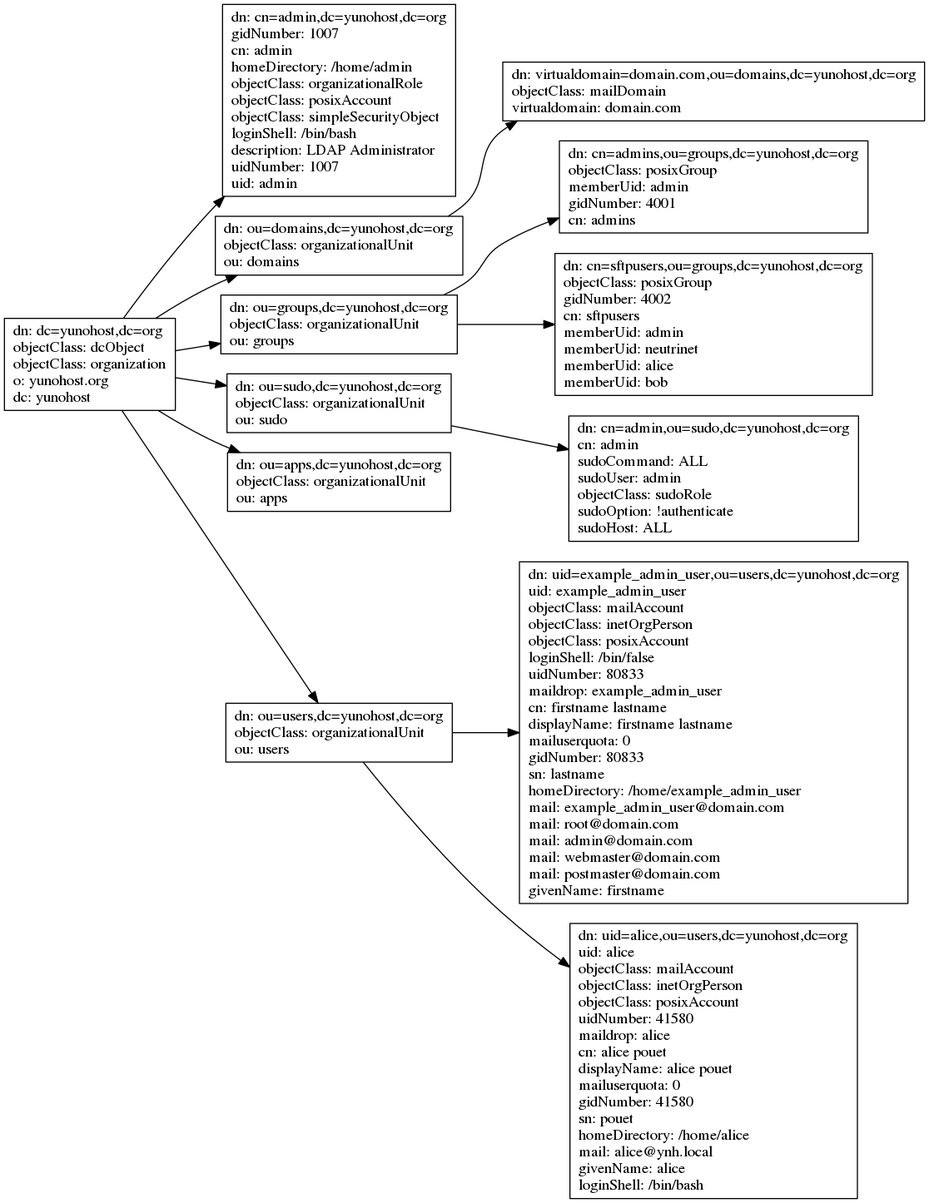
The Graphviz diagram doc/ldap_graph.png in YunoHost/moulinette, before a commit. Its source is kept beside it as doc/ldap_graph.dot.
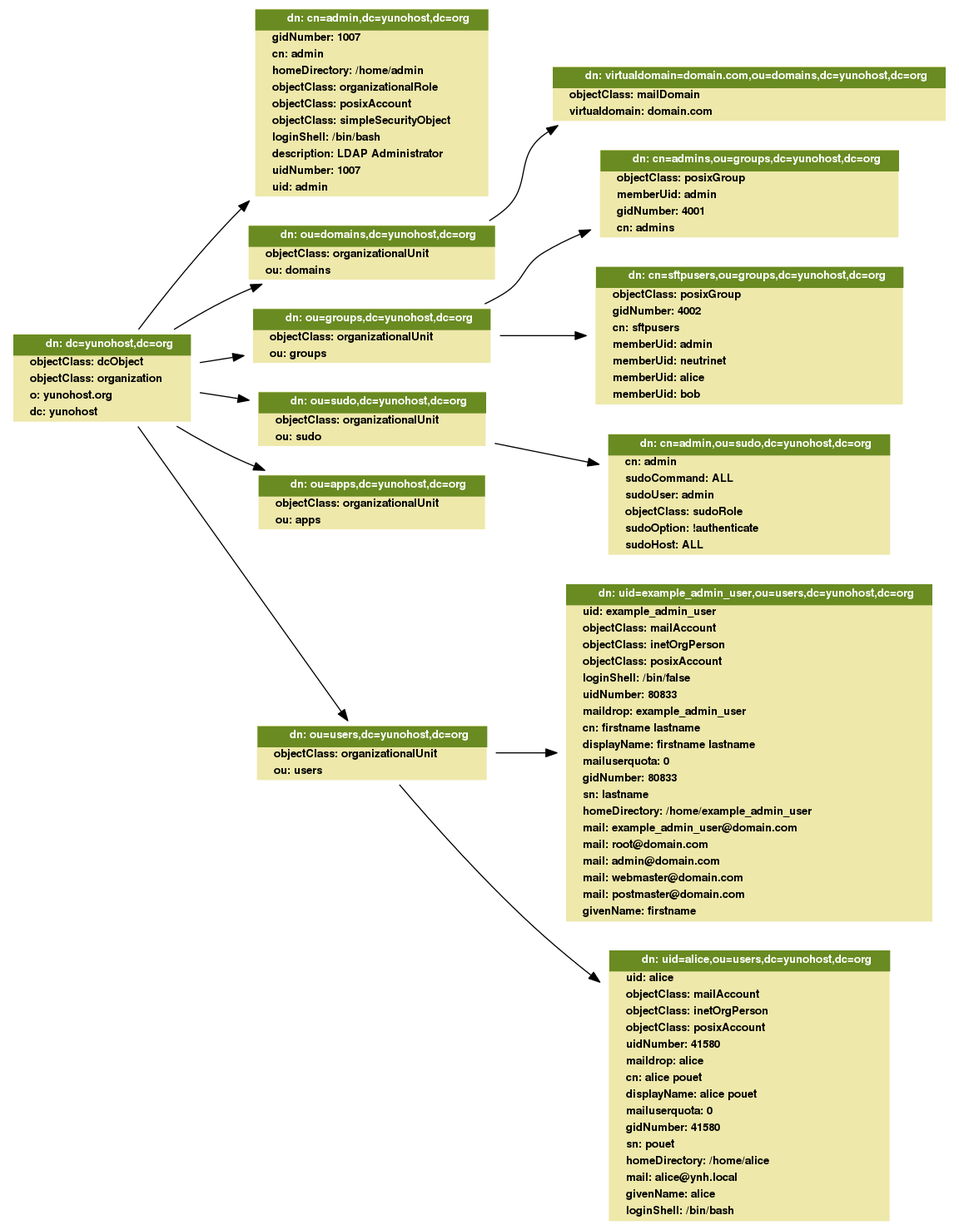
Later version of the same file.

What changed in the source:
```diff
@@ -1,29 +1,405 @@
-
 strict digraph "<stdin>" {
   rankdir=LR
-  n0 [shape=box,label="dn: dc=yunohost,dc=org\lobjectClass: dcObject\lobjectClass: organization\lo: yunohost.org\ldc: yunohost\l"]
-  n1 [shape=box,label="dn: cn=admin,dc=yunohost,dc=org\lgidNumber: 1007\lcn: admin\lhomeDirectory: /home/admin\lobjectClass: organizationalRole\lobjectClass: posixAccount\lobjectClass: simpleSecurityObject\lloginShell: /bin/bash\ldescription: LDAP Administrator\luidNumber: 1007\luid: admin\l"]
+
+  fontname = "Helvetica"
+  fontsize = 10
+  splines  = true
+
+  node [
+    fontname = "Helvetica"
+    fontsize = 10
+    shape = "plaintext"
+  ]
+
+  edge [
+    fontname = "Helvetica"
+    fontsize = 10
+  ]
+
+
+
+  n0 [label=<
+    <TABLE BGCOLOR="palegoldenrod" BORDER="0" CELLBORDER="0" CELLSPACING="0">
+        <TR><TD CELLPADDING="4" ALIGN="CENTER" BGCOLOR="olivedrab4">
+    <FONT FACE="Helvetica Bold" COLOR="white">
+    dn: dc=yunohost,dc=org
+    </FONT></TD></TR>
+        <TR><TD BORDER="0" ALIGN="LEFT">
+    <FONT FACE="Helvetica Bold">objectClass: dcObject</FONT>
+    </TD></TR>
+        <TR><TD BORDER="0" ALIGN="LEFT">
+    <FONT FACE="Helvetica Bold">objectClass: organization</FONT>
+    </TD></TR>
+        <TR><TD BORDER="0" ALIGN="LEFT">
+    <FONT FACE="Helvetica Bold">o: yunohost.org</FONT>
+    </TD></TR>
+        <TR><TD BORDER="0" ALIGN="LEFT">
+    <FONT FACE="Helvetica Bold">dc: yunohost</FONT>
+    </TD></TR>
+    </TABLE>
+  >]
+
+
+
+  n1 [label=<
+    <TABLE BGCOLOR="palegoldenrod" BORDER="0" CELLBORDER="0" CELLSPACING="0">
+        <TR><TD CELLPADDING="4" ALIGN="CENTER" BGCOLOR="olivedrab4">
+    <FONT FACE="Helvetica Bold" COLOR="white">
+    dn: cn=admin,dc=yunohost,dc=org
+    </FONT></TD></TR>
+        <TR><TD BORDER="0" ALIGN="LEFT">
+    <FONT FACE="Helvetica Bold">gidNumber: 1007</FONT>
+    </TD></TR>
+        <TR><TD BORDER="0" ALIGN="LEFT">
+    <FONT FACE="Helvetica Bold">cn: admin</FONT>
+    </TD></TR>
+        <TR><TD BORDER="0" ALIGN="LEFT">
+    <FONT FACE="Helvetica Bold">homeDirectory: /home/admin</FONT>
+    </TD></TR>
+        <TR><TD BORDER="0" ALIGN="LEFT">
+    <FONT FACE="Helvetica Bold">objectClass: organizationalRole</FONT>
+    </TD></TR>
+        <TR><TD BORDER="0" ALIGN="LEFT">
+    <FONT FACE="Helvetica Bold">objectClass: posixAccount</FONT>
+    </TD></TR>
+        <TR><TD BORDER="0" ALIGN="LEFT">
+    <FONT FACE="Helvetica Bold">objectClass: simpleSecurityObject</FONT>
+    </TD></TR>
+        <TR><TD BORDER="0" ALIGN="LEFT">
+    <FONT FACE="Helvetica Bold">loginShell: /bin/bash</FONT>
+    </TD></TR>
+        <TR><TD BORDER="0" ALIGN="LEFT">
+    <FONT FACE="Helvetica Bold">description: LDAP Administrator</FONT>
+    </TD></TR>
+        <TR><TD BORDER="0" ALIGN="LEFT">
+    <FONT FACE="Helvetica Bold">uidNumber: 1007</FONT>
+    </TD></TR>
+        <TR><TD BORDER="0" ALIGN="LEFT">
+    <FONT FACE="Helvetica Bold">uid: admin</FONT>
+    </TD></TR>
+    </TABLE>
+  >]
   n0->n1
-  n2 [shape=box,label="dn: ou=domains,dc=yunohost,dc=org\lobjectClass: organizationalUnit\lou: domains\l"]
+
+
+
+  n2 [label=<
+    <TABLE BGCOLOR="palegoldenrod" BORDER="0" CELLBORDER="0" CELLSPACING="0">
+        <TR><TD CELLPADDING="4" ALIGN="CENTER" BGCOLOR="olivedrab4">
+    <FONT FACE="Helvetica Bold" COLOR="white">
+    dn: ou=domains,dc=yunohost,dc=org
+    </FONT></TD></TR>
+        <TR><TD BORDER="0" ALIGN="LEFT">
+    <FONT FACE="Helvetica Bold">objectClass: organizationalUnit</FONT>
+    </TD></TR>
+        <TR><TD BORDER="0" ALIGN="LEFT">
+    <FONT FACE="Helvetica Bold">ou: domains</FONT>
+    </TD></TR>
+    </TABLE>
+  >]
   n0->n2
-  n3 [shape=box,label="dn: ou=groups,dc=yunohost,dc=org\lobjectClass: organizationalUnit\lou: groups\l"]
+
+
+
+  n3 [label=<
+    <TABLE BGCOLOR="palegoldenrod" BORDER="0" CELLBORDER="0" CELLSPACING="0">
+        <TR><TD CELLPADDING="4" ALIGN="CENTER" BGCOLOR="olivedrab4">
+    <FONT FACE="Helvetica Bold" COLOR="white">
+    dn: ou=groups,dc=yunohost,dc=org
+    </FONT></TD></TR>
+        <TR><TD BORDER="0" ALIGN="LEFT">
+    <FONT FACE="Helvetica Bold">objectClass: organizationalUnit</FONT>
+    </TD></TR>
+        <TR><TD BORDER="0" ALIGN="LEFT">
+    <FONT FACE="Helvetica Bold">ou: groups</FONT>
+    </TD></TR>
+    </TABLE>
+  >]
   n0->n3
-  n4 [shape=box,label="dn: ou=sudo,dc=yunohost,dc=org\lobjectClass: organizationalUnit\lou: sudo\l"]
+
+
+
+  n4 [label=<
+    <TABLE BGCOLOR="palegoldenrod" BORDER="0" CELLBORDER="0" CELLSPACING="0">
+        <TR><TD CELLPADDING="4" ALIGN="CENTER" BGCOLOR="olivedrab4">
+    <FONT FACE="Helvetica Bold" COLOR="white">
+    dn: ou=sudo,dc=yunohost,dc=org
+    </FONT></TD></TR>
+        <TR><TD BORDER="0" ALIGN="LEFT">
+    <FONT FACE="Helvetica Bold">objectClass: organizationalUnit</FONT>
+    </TD></TR>
+        <TR><TD BORDER="0" ALIGN="LEFT">
+    <FONT FACE="Helvetica Bold">ou: sudo</FONT>
+    </TD></TR>
+    </TABLE>
+  >]
   n0->n4
-  n5 [shape=box,label="dn: ou=apps,dc=yunohost,dc=org\lobjectClass: organizationalUnit\lou: apps\l"]
+
+
+
+  n5 [label=<
+    <TABLE BGCOLOR="palegoldenrod" BORDER="0" CELLBORDER="0" CELLSPACING="0">
+        <TR><TD CELLPADDING="4" ALIGN="CENTER" BGCOLOR="olivedrab4">
+    <FONT FACE="Helvetica Bold" COLOR="white">
+    dn: ou=apps,dc=yunohost,dc=org
+    </FONT></TD></TR>
+        <TR><TD BORDER="0" ALIGN="LEFT">
+    <FONT FACE="Helvetica Bold">objectClass: organizationalUnit</FONT>
+    </TD></TR>
+        <TR><TD BORDER="0" ALIGN="LEFT">
+    <FONT FACE="Helvetica Bold">ou: apps</FONT>
+    </TD></TR>
+    </TABLE>
+  >]
   n0->n5
-  n6 [shape=box,label="dn: ou=users,dc=yunohost,dc=org\lobjectClass: organizationalUnit\lou: users\l"]
+
+
+
+  n6 [label=<
+    <TABLE BGCOLOR="palegoldenrod" BORDER="0" CELLBORDER="0" CELLSPACING="0">
+        <TR><TD CELLPADDING="4" ALIGN="CENTER" BGCOLOR="olivedrab4">
+    <FONT FACE="Helvetica Bold" COLOR="white">
+    dn: ou=users,dc=yunohost,dc=org
+    </FONT></TD></TR>
+        <TR><TD BORDER="0" ALIGN="LEFT">
+    <FONT FACE="Helvetica Bold">objectClass: organizationalUnit</FONT>
+    </TD></TR>
+        <TR><TD BORDER="0" ALIGN="LEFT">
+    <FONT FACE="Helvetica Bold">ou: users</FONT>
+    </TD></TR>
+    </TABLE>
+  >]
   n0->n6
-  n7 [shape=box,label="dn: cn=admins,ou=groups,dc=yunohost,dc=org\lobjectClass: posixGroup\lmemberUid: admin\lgidNumber: 4001\lcn: admins\l"]
+
+
+
+  n7 [label=<
+    <TABLE BGCOLOR="palegoldenrod" BORDER="0" CELLBORDER="0" CELLSPACING="0">
+        <TR><TD CELLPADDING="4" ALIGN="CENTER" BGCOLOR="olivedrab4">
+    <FONT FACE="Helvetica Bold" COLOR="white">
+    dn: cn=admins,ou=groups,dc=yunohost,dc=org
+    </FONT></TD></TR>
+        <TR><TD BORDER="0" ALIGN="LEFT">
+    <FONT FACE="Helvetica Bold">objectClass: posixGroup</FONT>
+    </TD></TR>
+        <TR><TD BORDER="0" ALIGN="LEFT">
+    <FONT FACE="Helvetica Bold">memberUid: admin</FONT>
+    </TD></TR>
+        <TR><TD BORDER="0" ALIGN="LEFT">
+    <FONT FACE="Helvetica Bold">gidNumber: 4001</FONT>
+    </TD></TR>
+        <TR><TD BORDER="0" ALIGN="LEFT">
+    <FONT FACE="Helvetica Bold">cn: admins</FONT>
+    </TD></TR>
+    </TABLE>
+  >]
   n3->n7
-  n8 [shape=box,label="dn: cn=sftpusers,ou=groups,dc=yunohost,dc=org\lobjectClass: posixGroup\lgidNumber: 4002\lcn: sftpusers\lmemberUid: admin\lmemberUid: neutrinet\lmemberUid: alice\lmemberUid: bob\l"]
+
+
+
+  n8 [label=<
+    <TABLE BGCOLOR="palegoldenrod" BORDER="0" CELLBORDER="0" CELLSPACING="0">
+        <TR><TD CELLPADDING="4" ALIGN="CENTER" BGCOLOR="olivedrab4">
+    <FONT FACE="Helvetica Bold" COLOR="white">
+    dn: cn=sftpusers,ou=groups,dc=yunohost,dc=org
+    </FONT></TD></TR>
+        <TR><TD BORDER="0" ALIGN="LEFT">
+    <FONT FACE="Helvetica Bold">objectClass: posixGroup</FONT>
+    </TD></TR>
+        <TR><TD BORDER="0" ALIGN="LEFT">
+    <FONT FACE="Helvetica Bold">gidNumber: 4002</FONT>
+    </TD></TR>
+        <TR><TD BORDER="0" ALIGN="LEFT">
+    <FONT FACE="Helvetica Bold">cn: sftpusers</FONT>
+    </TD></TR>
+        <TR><TD BORDER="0" ALIGN="LEFT">
+    <FONT FACE="Helvetica Bold">memberUid: admin</FONT>
+    </TD></TR>
+        <TR><TD BORDER="0" ALIGN="LEFT">
+    <FONT FACE="Helvetica Bold">memberUid: neutrinet</FONT>
+    </TD></TR>
+        <TR><TD BORDER="0" ALIGN="LEFT">
+    <FONT FACE="Helvetica Bold">memberUid: alice</FONT>
+    </TD></TR>
+        <TR><TD BORDER="0" ALIGN="LEFT">
+    <FONT FACE="Helvetica Bold">memberUid: bob</FONT>
+    </TD></TR>
+    </TABLE>
+  >]
   n3->n8
-  n9 [shape=box,label="dn: cn=admin,ou=sudo,dc=yunohost,dc=org\lcn: admin\lsudoCommand: ALL\lsudoUser: admin\lobjectClass: sudoRole\lsudoOption: !authenticate\lsudoHost: ALL\l"]
+
+
+
+  n9 [label=<
+    <TABLE BGCOLOR="palegoldenrod" BORDER="0" CELLBORDER="0" CELLSPACING="0">
+        <TR><TD CELLPADDING="4" ALIGN="CENTER" BGCOLOR="olivedrab4">
+    <FONT FACE="Helvetica Bold" COLOR="white">
+    dn: cn=admin,ou=sudo,dc=yunohost,dc=org
+    </FONT></TD></TR>
+        <TR><TD BORDER="0" ALIGN="LEFT">
+    <FONT FACE="Helvetica Bold">cn: admin</FONT>
+    </TD></TR>
+        <TR><TD BORDER="0" ALIGN="LEFT">
+    <FONT FACE="Helvetica Bold">sudoCommand: ALL</FONT>
+    </TD></TR>
+        <TR><TD BORDER="0" ALIGN="LEFT">
+    <FONT FACE="Helvetica Bold">sudoUser: admin</FONT>
+    </TD></TR>
+        <TR><TD BORDER="0" ALIGN="LEFT">
+    <FONT FACE="Helvetica Bold">objectClass: sudoRole</FONT>
+    </TD></TR>
+        <TR><TD BORDER="0" ALIGN="LEFT">
+    <FONT FACE="Helvetica Bold">sudoOption: !authenticate</FONT>
+    </TD></TR>
+        <TR><TD BORDER="0" ALIGN="LEFT">
+    <FONT FACE="Helvetica Bold">sudoHost: ALL</FONT>
+    </TD></TR>
+    </TABLE>
+  >]
   n4->n9
-  n10 [shape=box,label="dn: virtualdomain=domain.com,ou=domains,dc=yunohost,dc=org\lobjectClass: mailDomain\lvirtualdomain: domain.com\l"]
+
+
+
+  n10 [label=<
+    <TABLE BGCOLOR="palegoldenrod" BORDER="0" CELLBORDER="0" CELLSPACING="0">
+        <TR><TD CELLPADDING="4" ALIGN="CENTER" BGCOLOR="olivedrab4">
+    <FONT FACE="Helvetica Bold" COLOR="white">
+    dn: virtualdomain=domain.com,ou=domains,dc=yunohost,dc=org
+    </FONT></TD></TR>
+        <TR><TD BORDER="0" ALIGN="LEFT">
+    <FONT FACE="Helvetica Bold">objectClass: mailDomain</FONT>
+    </TD></TR>
+        <TR><TD BORDER="0" ALIGN="LEFT">
+    <FONT FACE="Helvetica Bold">virtualdomain: domain.com</FONT>
+    </TD></TR>
+    </TABLE>
+  >]
   n2->n10
-  n11 [shape=box,label="dn: uid=example_admin_user,ou=users,dc=yunohost,dc=org\luid: example_admin_user\lobjectClass: mailAccount\lobjectClass: inetOrgPerson\lobjectClass: posixAccount\lloginShell: /bin/false\luidNumber: 80833\lmaildrop: example_admin_user\lcn: firstname lastname\ldisplayName: firstname lastname\lmailuserquota: 0\lgidNumber: 80833\lsn: lastname\lhomeDirectory: /home/example_admin_user\lmail: example_admin_user@domain.com\lmail: root@domain.com\lmail: admin@domain.com\lmail: webmaster@domain.com\lmail: postmaster@domain.com\lgivenName: firstname\l"]
+
+
+
+  n11 [label=<
+    <TABLE BGCOLOR="palegoldenrod" BORDER="0" CELLBORDER="0" CELLSPACING="0">
+        <TR><TD CELLPADDING="4" ALIGN="CENTER" BGCOLOR="olivedrab4">
+    <FONT FACE="Helvetica Bold" COLOR="white">
+    dn: uid=example_admin_user,ou=users,dc=yunohost,dc=org
+    </FONT></TD></TR>
+        <TR><TD BORDER="0" ALIGN="LEFT">
+    <FONT FACE="Helvetica Bold">uid: example_admin_user</FONT>
+    </TD></TR>
+        <TR><TD BORDER="0" ALIGN="LEFT">
+    <FONT FACE="Helvetica Bold">objectClass: mailAccount</FONT>
+    </TD></TR>
+        <TR><TD BORDER="0" ALIGN="LEFT">
+    <FONT FACE="Helvetica Bold">objectClass: inetOrgPerson</FONT>
+    </TD></TR>
+        <TR><TD BORDER="0" ALIGN="LEFT">
+    <FONT FACE="Helvetica Bold">objectClass: posixAccount</FONT>
+    </TD></TR>
+        <TR><TD BORDER="0" ALIGN="LEFT">
+    <FONT FACE="Helvetica Bold">loginShell: /bin/false</FONT>
+    </TD></TR>
+        <TR><TD BORDER="0" ALIGN="LEFT">
+    <FONT FACE="Helvetica Bold">uidNumber: 80833</FONT>
+    </TD></TR>
+        <TR><TD BORDER="0" ALIGN="LEFT">
+    <FONT FACE="Helvetica Bold">maildrop: example_admin_user</FONT>
+    </TD></TR>
+        <TR><TD BORDER="0" ALIGN="LEFT">
+    <FONT FACE="Helvetica Bold">cn: firstname lastname</FONT>
+    </TD></TR>
+        <TR><TD BORDER="0" ALIGN="LEFT">
+    <FONT FACE="Helvetica Bold">displayName: firstname lastname</FONT>
+    </TD></TR>
+        <TR><TD BORDER="0" ALIGN="LEFT">
+    <FONT FACE="Helvetica Bold">mailuserquota: 0</FONT>
+    </TD></TR>
+        <TR><TD BORDER="0" ALIGN="LEFT">
+    <FONT FACE="Helvetica Bold">gidNumber: 80833</FONT>
+    </TD></TR>
+        <TR><TD BORDER="0" ALIGN="LEFT">
+    <FONT FACE="Helvetica Bold">sn: lastname</FONT>
+    </TD></TR>
+        <TR><TD BORDER="0" ALIGN="LEFT">
+    <FONT FACE="Helvetica Bold">homeDirectory: /home/example_admin_user</FONT>
+    </TD></TR>
+        <TR><TD BORDER="0" ALIGN="LEFT">
+    <FONT FACE="Helvetica Bold">mail: example_admin_user@domain.com</FONT>
+    </TD></TR>
+        <TR><TD BORDER="0" ALIGN="LEFT">
+    <FONT FACE="Helvetica Bold">mail: root@domain.com</FONT>
+    </TD></TR>
+        <TR><TD BORDER="0" ALIGN="LEFT">
+    <FONT FACE="Helvetica Bold">mail: admin@domain.com</FONT>
+    </TD></TR>
+        <TR><TD BORDER="0" ALIGN="LEFT">
+    <FONT FACE="Helvetica Bold">mail: webmaster@domain.com</FONT>
+    </TD></TR>
+        <TR><TD BORDER="0" ALIGN="LEFT">
+    <FONT FACE="Helvetica Bold">mail: postmaster@domain.com</FONT>
+    </TD></TR>
+        <TR><TD BORDER="0" ALIGN="LEFT">
+    <FONT FACE="Helvetica Bold">givenName: firstname</FONT>
+    </TD></TR>
+    </TABLE>
+  >]
   n6->n11
-  n12 [shape=box,label="dn: uid=alice,ou=users,dc=yunohost,dc=org\luid: alice\lobjectClass: mailAccount\lobjectClass: inetOrgPerson\lobjectClass: posixAccount\luidNumber: 41580\lmaildrop: alice\lcn: alice pouet\ldisplayName: alice pouet\lmailuserquota: 0\lgidNumber: 41580\lsn: pouet\lhomeDirectory: /home/alice\lmail: alice@ynh.local\lgivenName: alice\lloginShell: /bin/bash\l"]
+
+
+
+  n12 [label=<
+    <TABLE BGCOLOR="palegoldenrod" BORDER="0" CELLBORDER="0" CELLSPACING="0">
+        <TR><TD CELLPADDING="4" ALIGN="CENTER" BGCOLOR="olivedrab4">
+    <FONT FACE="Helvetica Bold" COLOR="white">
+    dn: uid=alice,ou=users,dc=yunohost,dc=org
+    </FONT></TD></TR>
+        <TR><TD BORDER="0" ALIGN="LEFT">
+    <FONT FACE="Helvetica Bold">uid: alice</FONT>
+    </TD></TR>
+        <TR><TD BORDER="0" ALIGN="LEFT">
+    <FONT FACE="Helvetica Bold">objectClass: mailAccount</FONT>
+    </TD></TR>
+        <TR><TD BORDER="0" ALIGN="LEFT">
+    <FONT FACE="Helvetica Bold">objectClass: inetOrgPerson</FONT>
+    </TD></TR>
+        <TR><TD BORDER="0" ALIGN="LEFT">
+    <FONT FACE="Helvetica Bold">objectClass: posixAccount</FONT>
+    </TD></TR>
+        <TR><TD BORDER="0" ALIGN="LEFT">
+    <FONT FACE="Helvetica Bold">uidNumber: 41580</FONT>
+    </TD></TR>
+        <TR><TD BORDER="0" ALIGN="LEFT">
+    <FONT FACE="Helvetica Bold">maildrop: alice</FONT>
+    </TD></TR>
+        <TR><TD BORDER="0" ALIGN="LEFT">
+    <FONT FACE="Helvetica Bold">cn: alice pouet</FONT>
+    </TD></TR>
+        <TR><TD BORDER="0" ALIGN="LEFT">
+    <FONT FACE="Helvetica Bold">displayName: alice pouet</FONT>
+    </TD></TR>
+        <TR><TD BORDER="0" ALIGN="LEFT">
+    <FONT FACE="Helvetica Bold">mailuserquota: 0</FONT>
+    </TD></TR>
+        <TR><TD BORDER="0" ALIGN="LEFT">
+    <FONT FACE="Helvetica Bold">gidNumber: 41580</FONT>
+    </TD></TR>
+        <TR><TD BORDER="0" ALIGN="LEFT">
+    <FONT FACE="Helvetica Bold">sn: pouet</FONT>
+    </TD></TR>
+        <TR><TD BORDER="0" ALIGN="LEFT">
+    <FONT FACE="Helvetica Bold">homeDirectory: /home/alice</FONT>
+    </TD></TR>
+        <TR><TD BORDER="0" ALIGN="LEFT">
+    <FONT FACE="Helvetica Bold">mail: alice@ynh.local</FONT>
+    </TD></TR>
+        <TR><TD BORDER="0" ALIGN="LEFT">
+    <FONT FACE="Helvetica Bold">givenName: alice</FONT>
+    </TD></TR>
+        <TR><TD BORDER="0" ALIGN="LEFT">
+    <FONT FACE="Helvetica Bold">loginShell: /bin/bash</FONT>
+    </TD></TR>
+    </TABLE>
+  >]
   n6->n12
+
 }
```
